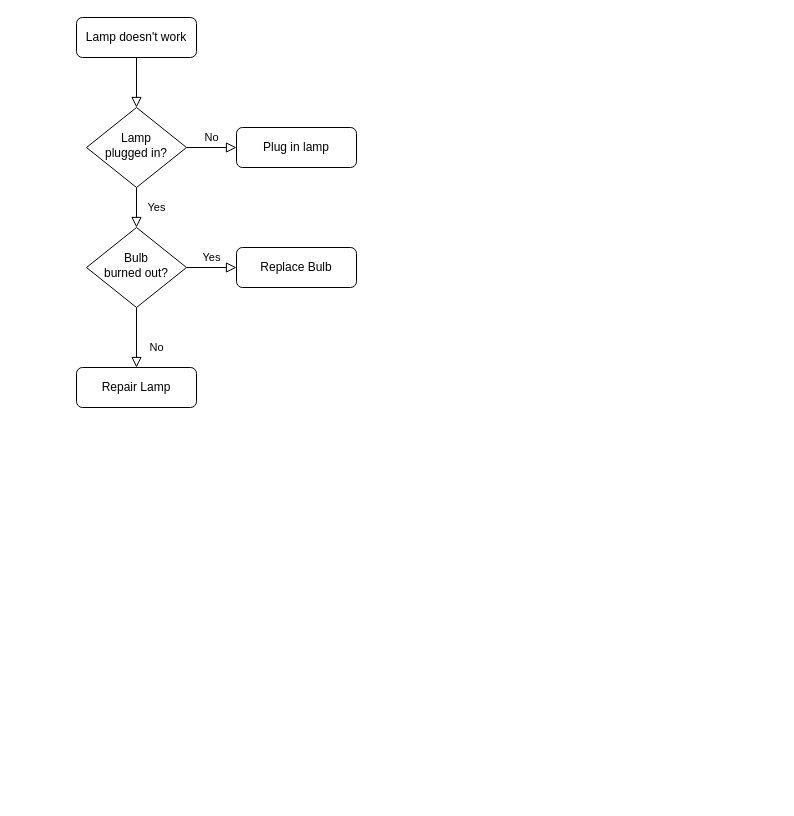
The draw.io diagram Untitled Diagram.drawio in superzilong/uml, before the edit. Source tidied: cells renumbered, new cells numbered last; positions are measured from the earlier drawing's top-left corner, leaving out a move shared by most shapes. Both pictures are drawn from the tidied source at 100%, with x=0, y=0 at pixel (76, 17).
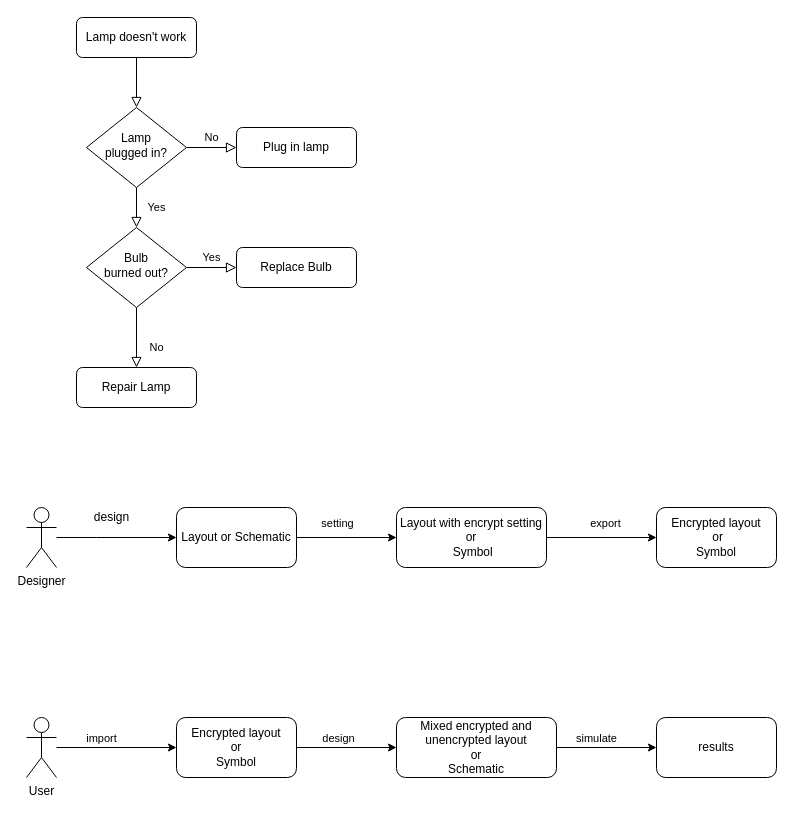
The same diagram, later.

What changed in the source:
```diff
@@
+    <mxCell id="13" value="Layout or Schematic" style="rounded=1;whiteSpace=wrap;html=1;" parent="1" vertex="1">
+      <mxGeometry x="100" y="490" width="120" height="60" as="geometry" />
+    </mxCell>
+    <mxCell id="14" style="edgeStyle=orthogonalEdgeStyle;rounded=0;jettySize=auto;html=1;" parent="1" edge="1" source="16" target="22">
+      <mxGeometry relative="1" as="geometry" />
+    </mxCell>
+    <mxCell id="15" value="export" style="edgeLabel;html=1;align=center;verticalAlign=middle;" parent="14" vertex="1">
+      <mxGeometry x="-0.28" y="-1" relative="1" as="geometry">
+        <mxPoint x="18" y="-16" as="offset" />
+      </mxGeometry>
+    </mxCell>
+    <mxCell id="16" value="Layout with encrypt setting&lt;br&gt;or&lt;br&gt;&amp;nbsp;Symbol" style="rounded=1;whiteSpace=wrap;html=1;" parent="1" vertex="1">
+      <mxGeometry x="320" y="490" width="150" height="60" as="geometry" />
+    </mxCell>
+    <mxCell id="17" style="endArrow=classic;html=1;entryX=0;entryY=0.5;entryDx=0;entryDy=0;entryPerimeter=0;exitX=1;exitY=0.5;exitDx=0;exitDy=0;" parent="1" edge="1" source="13" target="16">
+      <mxGeometry relative="1" as="geometry" />
+    </mxCell>
+    <mxCell id="18" value="setting" style="edgeLabel;html=1;align=center;verticalAlign=middle;" parent="17" vertex="1">
+      <mxGeometry x="-0.32" y="4" relative="1" as="geometry">
+        <mxPoint x="6" y="-11" as="offset" />
+      </mxGeometry>
+    </mxCell>
+    <mxCell id="19" style="edgeStyle=orthogonalEdgeStyle;rounded=0;jettySize=auto;html=1;entryX=0;entryY=0.5;entryDx=0;entryDy=0;" parent="1" edge="1" source="20" target="13">
+      <mxGeometry relative="1" as="geometry">
+        <Array as="points">
+          <mxPoint x="20" y="520" />
+          <mxPoint x="20" y="520" />
+        </Array>
+      </mxGeometry>
+    </mxCell>
+    <mxCell id="20" value="Designer" style="shape=umlActor;verticalLabelPosition=bottom;verticalAlign=top;html=1;outlineConnect=0;" parent="1" vertex="1">
+      <mxGeometry x="-50" y="490" width="30" height="60" as="geometry" />
+    </mxCell>
+    <mxCell id="21" value="design" style="text;html=1;align=center;verticalAlign=middle;strokeColor=none;fillColor=none;" parent="1" vertex="1">
+      <mxGeometry x="10" y="490" width="50" height="20" as="geometry" />
+    </mxCell>
+    <mxCell id="22" value="Encrypted layout&lt;br&gt;&amp;nbsp;or&lt;br&gt;Symbol" style="rounded=1;whiteSpace=wrap;html=1;" parent="1" vertex="1">
+      <mxGeometry x="580" y="490" width="120" height="60" as="geometry" />
+    </mxCell>
+    <mxCell id="23" style="edgeStyle=orthogonalEdgeStyle;rounded=0;jettySize=auto;html=1;" parent="1" edge="1" source="25" target="28">
+      <mxGeometry relative="1" as="geometry" />
+    </mxCell>
+    <mxCell id="24" value="import" style="edgeLabel;html=1;align=center;verticalAlign=middle;" parent="23" vertex="1">
+      <mxGeometry x="-0.27" y="1" relative="1" as="geometry">
+        <mxPoint y="-9" as="offset" />
+      </mxGeometry>
+    </mxCell>
+    <mxCell id="25" value="User" style="shape=umlActor;verticalLabelPosition=bottom;verticalAlign=top;html=1;outlineConnect=0;" parent="1" vertex="1">
+      <mxGeometry x="-50" y="700" width="30" height="60" as="geometry" />
+    </mxCell>
+    <mxCell id="26" style="edgeStyle=orthogonalEdgeStyle;rounded=0;jettySize=auto;html=1;" parent="1" edge="1" source="28" target="31">
+      <mxGeometry relative="1" as="geometry" />
+    </mxCell>
+    <mxCell id="27" value="design" style="edgeLabel;html=1;align=center;verticalAlign=middle;" parent="26" vertex="1">
+      <mxGeometry x="-0.28" y="1" relative="1" as="geometry">
+        <mxPoint x="5" y="-9" as="offset" />
+      </mxGeometry>
+    </mxCell>
+    <mxCell id="28" value="Encrypted layout&lt;br&gt;or&lt;br&gt;Symbol" style="rounded=1;whiteSpace=wrap;html=1;" parent="1" vertex="1">
+      <mxGeometry x="100" y="700" width="120" height="60" as="geometry" />
+    </mxCell>
+    <mxCell id="29" style="edgeStyle=orthogonalEdgeStyle;rounded=0;jettySize=auto;html=1;" parent="1" edge="1" source="31" target="32">
+      <mxGeometry relative="1" as="geometry" />
+    </mxCell>
+    <mxCell id="30" value="simulate" style="edgeLabel;html=1;align=center;verticalAlign=middle;" parent="29" vertex="1">
+      <mxGeometry x="-0.22" y="1" relative="1" as="geometry">
+        <mxPoint y="-9" as="offset" />
+      </mxGeometry>
+    </mxCell>
+    <mxCell id="31" value="Mixed encrypted and unencrypted layout&lt;br&gt;or&lt;br&gt;Schematic" style="whiteSpace=wrap;html=1;rounded=1;" parent="1" vertex="1">
+      <mxGeometry x="320" y="700" width="160" height="60" as="geometry" />
+    </mxCell>
+    <mxCell id="32" value="results" style="whiteSpace=wrap;html=1;rounded=1;" parent="1" vertex="1">
+      <mxGeometry x="580" y="700" width="120" height="60" as="geometry" />
+    </mxCell>
```
